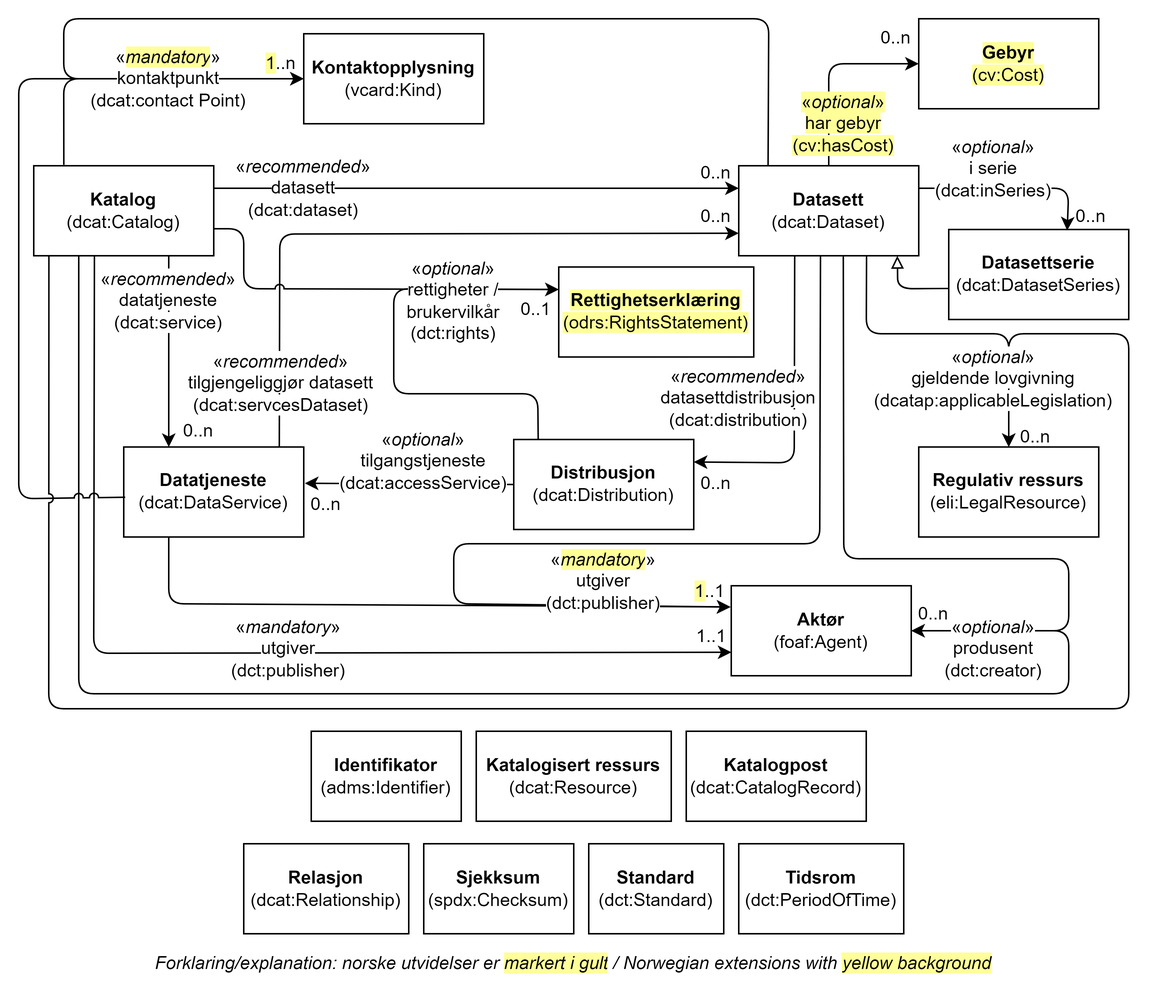
Above: docs/images/DCAT-AP-NO-klasser.png in Informasjonsforvaltning/dcat-ap-no (draw.io), before the change. Source tidied: cells renumbered, new cells last; positions are measured from the earlier drawing's top-left corner, leaving out a move shared by most shapes.
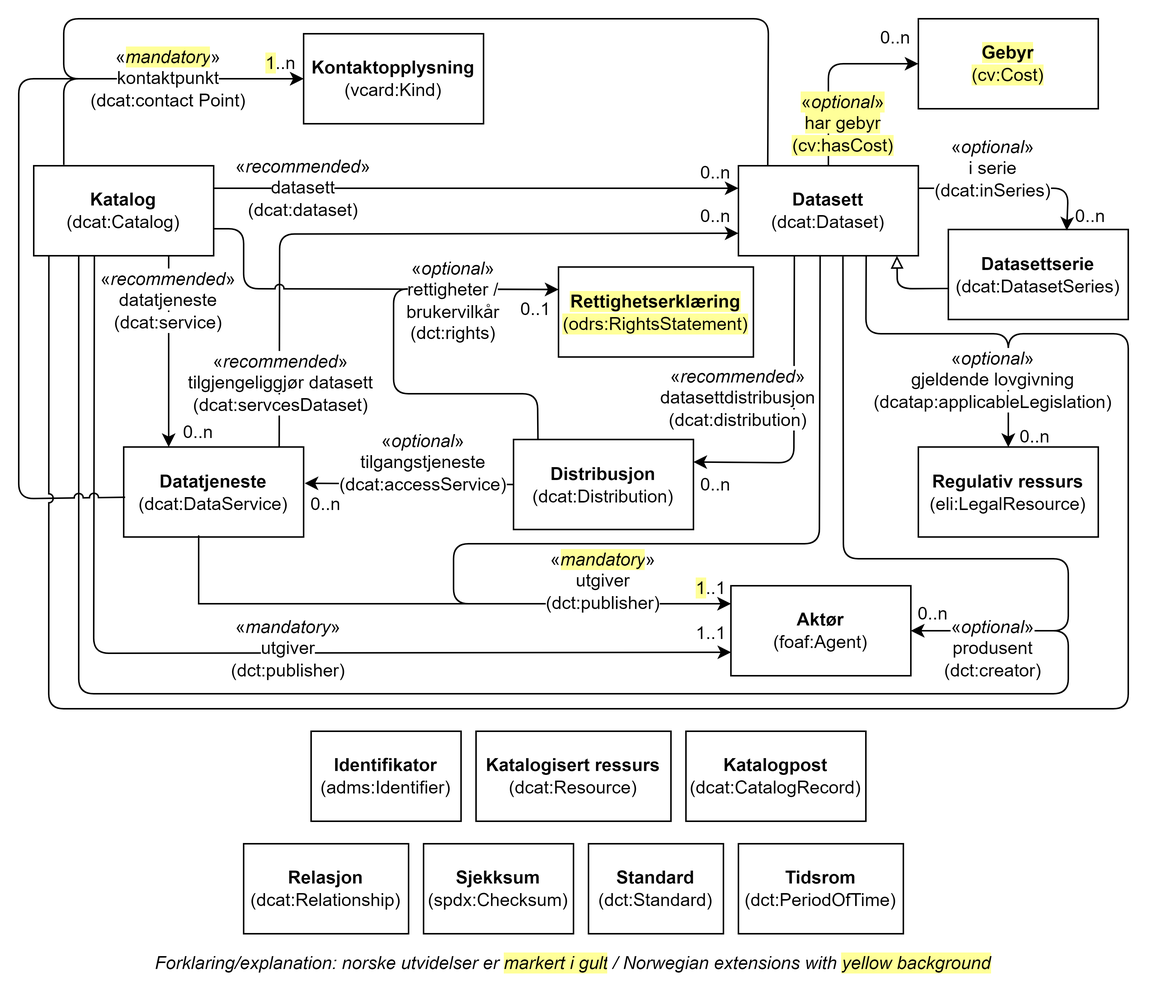
After the commit.

Commit message:
Finjustering av tening DCAT-AP-NO-klasser

What changed in the source:
```diff
@@ -9,8 +9,9 @@
         </Array>
       </mxGeometry>
     </mxCell>
-    <mxCell id="3" style="endArrow=classic;html=1;rounded=1;entryX=-0.005;entryY=0.236;entryDx=0;entryDy=0;curved=0;exitX=0.454;exitY=0.982;exitDx=0;exitDy=0;exitPerimeter=0;entryPerimeter=0;" parent="1" edge="1" source="5" target="25">
+    <mxCell id="3" style="endArrow=classic;html=1;rounded=1;curved=0;exitX=0.454;exitY=0.982;exitDx=0;exitDy=0;exitPerimeter=0;" parent="1" edge="1" source="5">
       <mxGeometry relative="1" as="geometry">
+        <mxPoint x="475" y="390" as="targetPoint" />
         <Array as="points">
           <mxPoint x="534" y="350" />
           <mxPoint x="290" y="350" />
@@ -106,7 +107,7 @@
       </mxGeometry>
     </mxCell>
     <mxCell id="27" value="1..1" style="text;html=1;strokeColor=none;fillColor=none;align=center;verticalAlign=middle;whiteSpace=wrap;rounded=0;" parent="1" vertex="1">
-      <mxGeometry x="447" y="399" width="30" height="25" as="geometry" />
+      <mxGeometry x="447" y="400" width="30" height="20.5" as="geometry" />
     </mxCell>
     <mxCell id="28" value="0..n" style="text;html=1;strokeColor=none;fillColor=none;align=center;verticalAlign=middle;whiteSpace=wrap;rounded=0;" parent="1" vertex="1">
       <mxGeometry x="450" y="90" width="30" height="25" as="geometry" />
@@ -179,18 +180,8 @@
     <mxCell id="43" value="&lt;span style=&quot;background-color: rgb(255, 255, 255);&quot;&gt;«&lt;/span&gt;&lt;i style=&quot;background-color: rgb(255, 255, 153);&quot;&gt;mandatory&lt;/i&gt;&lt;span style=&quot;background-color: rgb(255, 255, 255);&quot;&gt;»&lt;/span&gt;&lt;br&gt;&lt;span style=&quot;background-color: rgb(255, 255, 255);&quot;&gt;kontaktpunkt&lt;/span&gt;&lt;br&gt;&lt;span style=&quot;background-color: rgb(255, 255, 255);&quot;&gt;(dcat:contact Point)&lt;/span&gt;" style="text;html=1;strokeColor=none;fillColor=none;align=center;verticalAlign=middle;whiteSpace=wrap;rounded=0;" parent="1" vertex="1">
       <mxGeometry x="40" y="25" width="120" height="30" as="geometry" />
     </mxCell>
-    <mxCell id="44" style="endArrow=classic;html=1;rounded=1;jumpStyle=arc;exitX=0.25;exitY=1;exitDx=0;exitDy=0;curved=0;entryX=-0.003;entryY=0.236;entryDx=0;entryDy=0;entryPerimeter=0;" parent="1" edge="1" source="9" target="25">
-      <mxGeometry relative="1" as="geometry">
-        <Array as="points">
-          <mxPoint x="100" y="390" />
-        </Array>
-      </mxGeometry>
-    </mxCell>
-    <mxCell id="45" value="&lt;span style=&quot;background-color: rgb(255, 255, 255);&quot;&gt;«&lt;/span&gt;&lt;i style=&quot;background-color: rgb(255, 255, 153);&quot;&gt;mandatory&lt;/i&gt;&lt;span style=&quot;background-color: rgb(255, 255, 255);&quot;&gt;»&lt;/span&gt;&lt;br&gt;&lt;span style=&quot;background-color: rgb(255, 255, 255);&quot;&gt;utgiver&lt;/span&gt;&lt;br&gt;&lt;span style=&quot;background-color: rgb(255, 255, 255);&quot;&gt;(dct:publisher)&lt;/span&gt;" style="text;html=1;strokeColor=none;fillColor=none;align=center;verticalAlign=middle;whiteSpace=wrap;rounded=0;" parent="1" vertex="1">
-      <mxGeometry x="360" y="360" width="60" height="30" as="geometry" />
-    </mxCell>
     <mxCell id="46" value="&lt;span style=&quot;background-color: rgb(255, 255, 153);&quot;&gt;1&lt;/span&gt;..1" style="text;html=1;strokeColor=none;fillColor=none;align=center;verticalAlign=middle;whiteSpace=wrap;rounded=0;" parent="1" vertex="1">
-      <mxGeometry x="446" y="369" width="30" height="25" as="geometry" />
+      <mxGeometry x="447" y="370" width="30" height="20" as="geometry" />
     </mxCell>
     <mxCell id="47" style="endArrow=classic;html=1;rounded=1;jumpStyle=arc;entryX=1;entryY=0.5;entryDx=0;entryDy=0;curved=0;exitX=0.581;exitY=1.009;exitDx=0;exitDy=0;exitPerimeter=0;" parent="1" edge="1" source="5" target="25">
       <mxGeometry relative="1" as="geometry">
@@ -279,5 +270,17 @@
     <mxCell id="65" value="&lt;span style=&quot;background-color: rgb(255, 255, 255);&quot;&gt;«&lt;i&gt;mandatory&lt;/i&gt;»&lt;br&gt;utgiver&lt;br&gt;(dct:publisher)&lt;/span&gt;" style="text;html=1;strokeColor=none;fillColor=none;align=center;verticalAlign=middle;whiteSpace=wrap;rounded=0;" parent="1" vertex="1">
       <mxGeometry x="150" y="405" width="60" height="30" as="geometry" />
     </mxCell>
+    <mxCell id="66" style="endArrow=classic;html=1;rounded=0;exitX=0.45;exitY=0.982;exitDx=0;exitDy=0;exitPerimeter=0;" parent="1" edge="1">
+      <mxGeometry relative="1" as="geometry">
+        <mxPoint x="120" y="344.4" as="sourcePoint" />
+        <mxPoint x="475" y="390" as="targetPoint" />
+        <Array as="points">
+          <mxPoint x="120" y="390" />
+        </Array>
+      </mxGeometry>
+    </mxCell>
+    <mxCell id="45" value="&lt;span style=&quot;background-color: rgb(255, 255, 255);&quot;&gt;«&lt;/span&gt;&lt;i style=&quot;background-color: rgb(255, 255, 153);&quot;&gt;mandatory&lt;/i&gt;&lt;span style=&quot;background-color: rgb(255, 255, 255);&quot;&gt;»&lt;/span&gt;&lt;br&gt;&lt;span style=&quot;background-color: rgb(255, 255, 255);&quot;&gt;utgiver&lt;/span&gt;&lt;br&gt;&lt;span style=&quot;background-color: rgb(255, 255, 255);&quot;&gt;(dct:publisher)&lt;/span&gt;" style="text;html=1;strokeColor=none;fillColor=none;align=center;verticalAlign=middle;whiteSpace=wrap;rounded=0;" parent="1" vertex="1">
+      <mxGeometry x="360" y="360" width="60" height="30" as="geometry" />
+    </mxCell>
   </root>
 </mxGraphModel>
```
